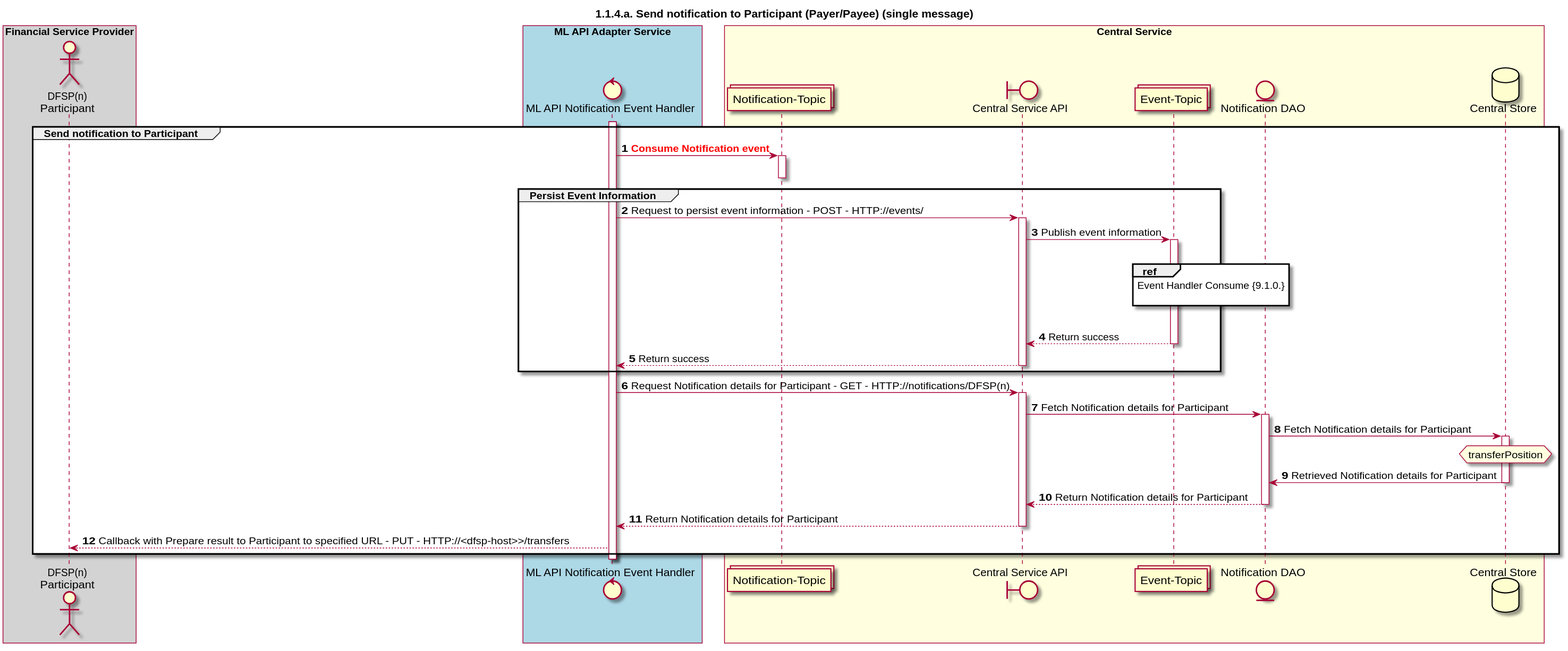
Earlier version of the PlantUML export CentralServices/seq_diagrams/seq-prepare-1.1.4.a.svg (ggrg/docs). The source it was exported from:
```plantuml
@startuml
title 1.1.4.a. Send notification to Participant (Payer/Payee) (single message)

autonumber


actor "DFSP(n)\nParticipant" as DFSP
control "ML API Notification Event Handler" as NOTIFY_HANDLER
boundary "Central Service API" as CSAPI
collections "Notification-Topic" as TOPIC_NOTIFICATIONS
collections "Event-Topic" as TOPIC_EVENTS
entity "Notification DAO" as NOTIFY_DAO
database "Central Store" as DB

box "Financial Service Provider" #lightGray
	participant DFSP
end box

box "ML API Adapter Service" #LightBlue
	participant NOTIFY_HANDLER
end box

box "Central Service" #LightYellow
participant TOPIC_NOTIFICATIONS
    participant CSAPI
    participant TOPIC_EVENTS
    participant NOTIFY_DAO
    participant DB
end box

activate NOTIFY_HANDLER
group Send notification to Participant
    TOPIC_NOTIFICATIONS <- NOTIFY_HANDLER: <color #FF0000>**Consume Notification event**</color>
    activate TOPIC_NOTIFICATIONS
    deactivate TOPIC_NOTIFICATIONS

    group Persist Event Information
        NOTIFY_HANDLER -> CSAPI: Request to persist event information - POST - HTTP://events/
        activate CSAPI
        CSAPI -> TOPIC_EVENTS: Publish event information
        activate TOPIC_EVENTS
        |||
        ref over TOPIC_EVENTS :  Event Handler Consume {9.1.0.} \n
        |||
        TOPIC_EVENTS --> CSAPI: Return success
        deactivate TOPIC_EVENTS
        CSAPI --> NOTIFY_HANDLER: Return success
        deactivate CSAPI
    end
    NOTIFY_HANDLER -> CSAPI: Request Notification details for Participant - GET - HTTP://notifications/DFSP(n)
    activate CSAPI
    CSAPI -> NOTIFY_DAO: Fetch Notification details for Participant
    activate NOTIFY_DAO
    NOTIFY_DAO -> DB: Fetch Notification details for Participant
    activate DB
    hnote over DB #lightyellow
        transferPosition
    end note
    DB -> NOTIFY_DAO: Retrieved Notification details for Participant
    deactivate DB
    NOTIFY_DAO --> CSAPI: Return Notification details for Participant
    deactivate NOTIFY_DAO
    CSAPI --> NOTIFY_HANDLER: Return Notification details for Participant
    deactivate CSAPI
    NOTIFY_HANDLER --> DFSP: Callback with Prepare result to Participant to specified URL - PUT - HTTP://<dfsp-host>>/transfers
end
deactivate NOTIFY_HANDLER
@enduml
```
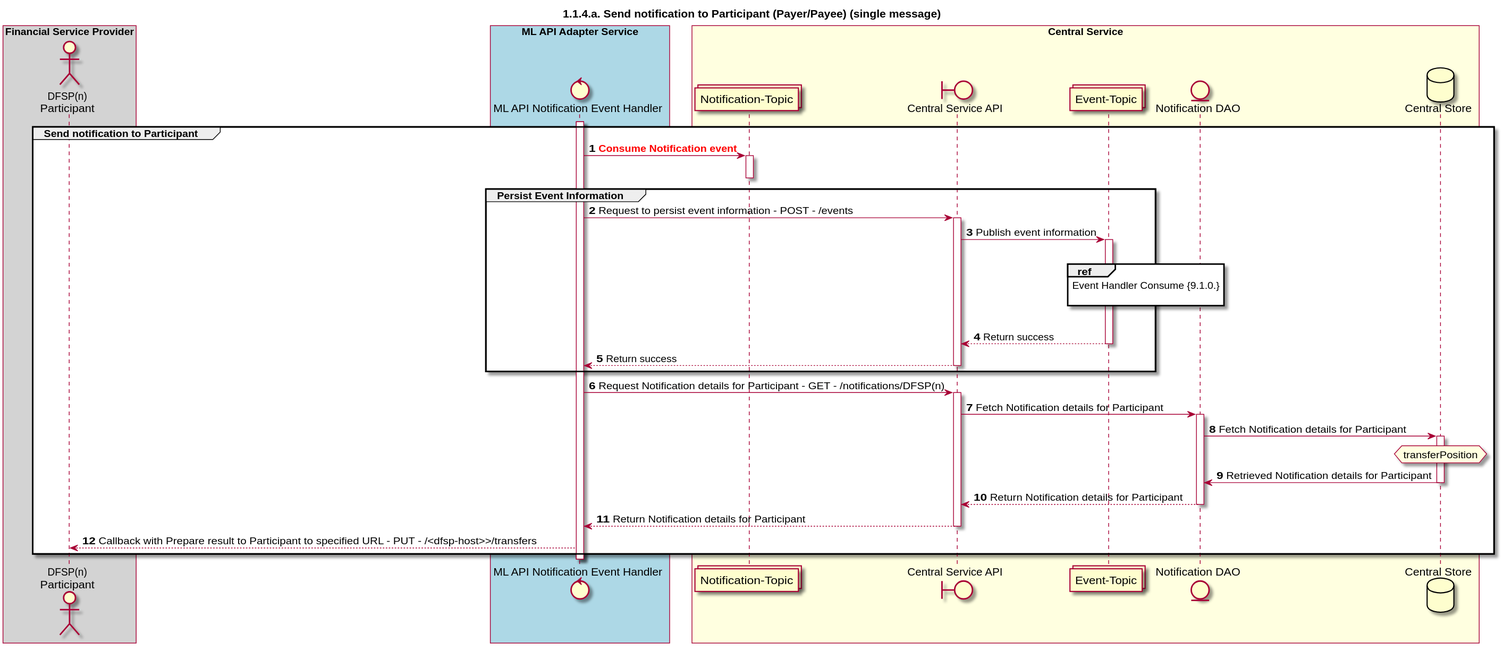
After the change.

Commit message:
seq diagrams http removal and golden path arch diagram edit (#28)

The edit, as a diff of the source:
```diff
@@ -35,7 +35,7 @@
     deactivate TOPIC_NOTIFICATIONS
 
     group Persist Event Information
-        NOTIFY_HANDLER -> CSAPI: Request to persist event information - POST - HTTP://events/
+        NOTIFY_HANDLER -> CSAPI: Request to persist event information - POST - /events
         activate CSAPI
         CSAPI -> TOPIC_EVENTS: Publish event information
         activate TOPIC_EVENTS
@@ -47,7 +47,7 @@
         CSAPI --> NOTIFY_HANDLER: Return success
         deactivate CSAPI
     end
-    NOTIFY_HANDLER -> CSAPI: Request Notification details for Participant - GET - HTTP://notifications/DFSP(n)
+    NOTIFY_HANDLER -> CSAPI: Request Notification details for Participant - GET - /notifications/DFSP(n)
     activate CSAPI
     CSAPI -> NOTIFY_DAO: Fetch Notification details for Participant
     activate NOTIFY_DAO
@@ -62,7 +62,7 @@
     deactivate NOTIFY_DAO
     CSAPI --> NOTIFY_HANDLER: Return Notification details for Participant
     deactivate CSAPI
-    NOTIFY_HANDLER --> DFSP: Callback with Prepare result to Participant to specified URL - PUT - HTTP://<dfsp-host>>/transfers
+    NOTIFY_HANDLER --> DFSP: Callback with Prepare result to Participant to specified URL - PUT - /<dfsp-host>>/transfers
 end
 deactivate NOTIFY_HANDLER
 @enduml
```
